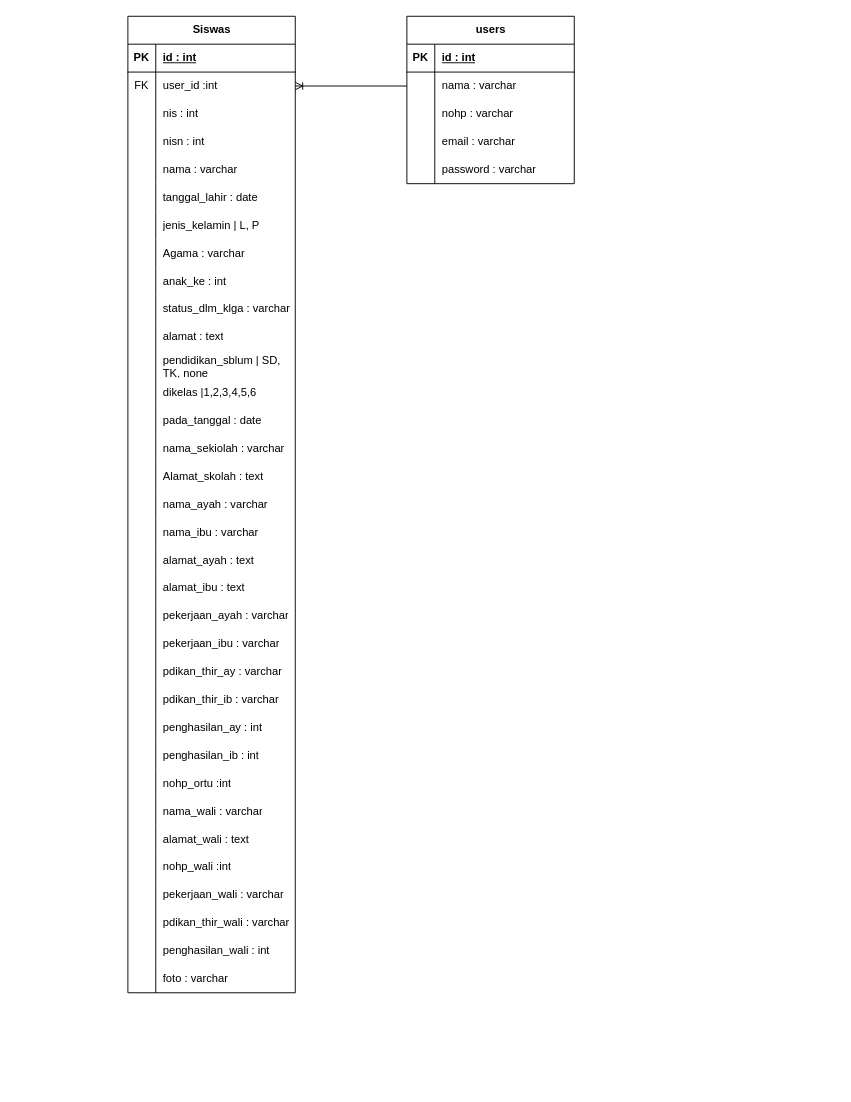
Before: database.drawio in XxGembelxX/Rancangan_KP, a draw.io diagram. Source tidied: cells renumbered, new cells numbered last; positions are measured from the earlier drawing's top-left corner, leaving out a move shared by most shapes. Both pictures are drawn from the tidied source at 93%, with x=0, y=0 at pixel (127, 16).
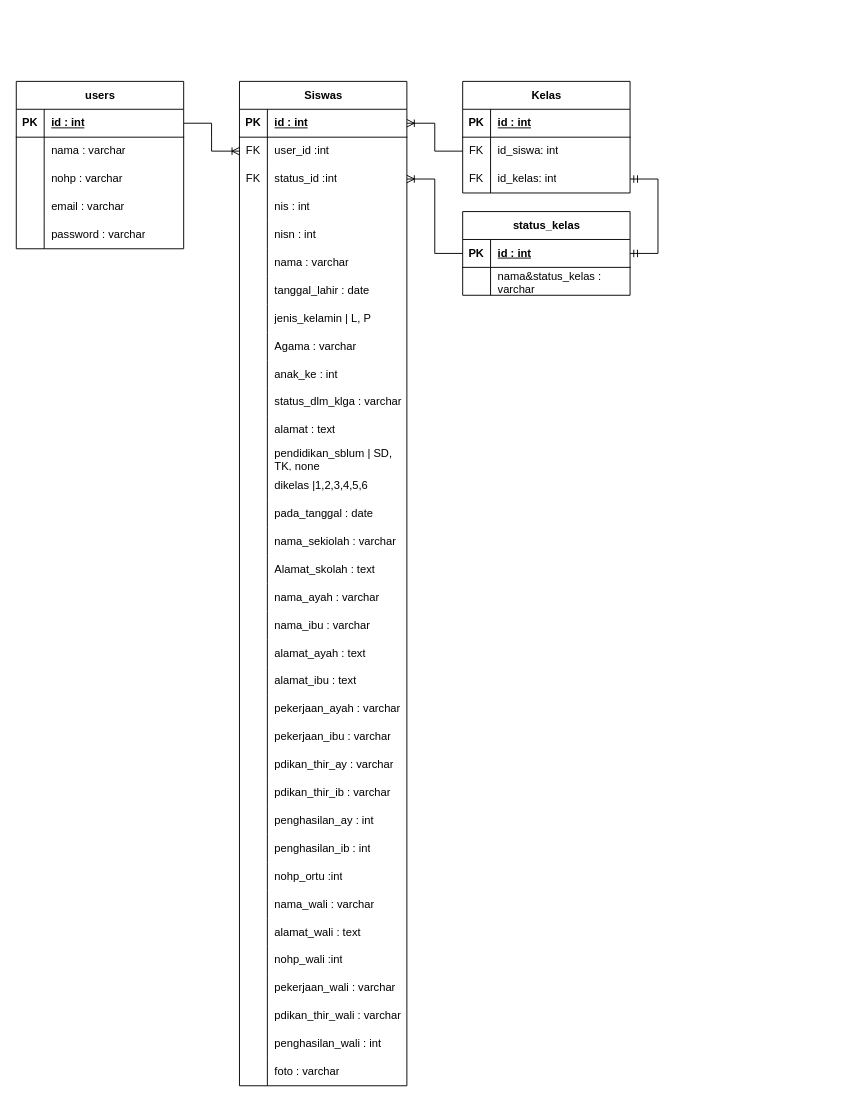
After the change.

Unchanged cells that the change refers to:
```xml
<mxCell id="3" style="shape=tableRow;horizontal=0;startSize=0;swimlaneHead=0;swimlaneBody=0;fillColor=none;points=[[0,0.5],[1,0.5]];portConstraint=eastwest;top=0;left=0;right=0;bottom=1;rounded=0;labelBackgroundColor=none;" parent="2" vertex="1">
  <mxGeometry y="30" width="180" height="30" as="geometry" />
</mxCell>
<mxCell id="6" style="shape=tableRow;horizontal=0;startSize=0;swimlaneHead=0;swimlaneBody=0;fillColor=none;points=[[0,0.5],[1,0.5]];portConstraint=eastwest;top=0;left=0;right=0;bottom=0;rounded=0;labelBackgroundColor=none;" parent="2" vertex="1">
  <mxGeometry y="60" width="180" height="30" as="geometry" />
</mxCell>
<mxCell id="19" style="shape=tableRow;horizontal=0;startSize=0;swimlaneHead=0;swimlaneBody=0;fillColor=none;points=[[0,0.5],[1,0.5]];portConstraint=eastwest;top=0;left=0;right=0;bottom=1;rounded=0;labelBackgroundColor=none;" parent="18" vertex="1">
  <mxGeometry y="30" width="180" height="30" as="geometry" />
</mxCell>
<mxCell id="22" style="shape=tableRow;horizontal=0;startSize=0;swimlaneHead=0;swimlaneBody=0;fillColor=none;points=[[0,0.5],[1,0.5]];portConstraint=eastwest;top=0;left=0;right=0;bottom=0;rounded=0;labelBackgroundColor=none;" parent="18" vertex="1">
  <mxGeometry y="60" width="180" height="30" as="geometry" />
</mxCell>
```

Change to the diagram source:
```diff
@@
     <mxCell id="2" value="users" style="shape=table;startSize=30;childLayout=tableLayout;rowLines=0;fontStyle=1;align=center;html=1;rounded=0;labelBackgroundColor=none;" parent="1" vertex="1">
-      <mxGeometry x="300" width="180" height="180" as="geometry" />
+      <mxGeometry x="-120" y="70" width="180" height="180" as="geometry" />
     </mxCell>
@@
     <mxCell id="18" value="Siswas" style="shape=table;startSize=30;childLayout=tableLayout;rowLines=0;fontStyle=1;align=center;html=1;rounded=0;labelBackgroundColor=none;" parent="1" vertex="1">
-      <mxGeometry width="180" height="1050" as="geometry" />
+      <mxGeometry x="120" y="70" width="180" height="1080" as="geometry" />
     </mxCell>
@@
+    <mxCell id="123" style="shape=tableRow;horizontal=0;startSize=0;swimlaneHead=0;swimlaneBody=0;fillColor=none;points=[[0,0.5],[1,0.5]];portConstraint=eastwest;top=0;left=0;right=0;bottom=0;rounded=0;labelBackgroundColor=none;" parent="18" vertex="1">
+      <mxGeometry y="90" width="180" height="30" as="geometry" />
+    </mxCell>
+    <mxCell id="124" value="FK" style="shape=partialRectangle;fillColor=none;top=0;left=0;bottom=0;right=0;overflow=hidden;whiteSpace=wrap;html=1;rounded=0;labelBackgroundColor=none;" parent="123" vertex="1">
+      <mxGeometry width="30" height="30" as="geometry" />
+    </mxCell>
+    <mxCell id="125" value="status_id :int" style="shape=partialRectangle;fillColor=none;top=0;left=0;bottom=0;right=0;align=left;spacingLeft=6;overflow=hidden;whiteSpace=wrap;html=1;rounded=0;labelBackgroundColor=none;" parent="123" vertex="1">
+      <mxGeometry x="30" width="150" height="30" as="geometry" />
+    </mxCell>
     <mxCell id="25" style="shape=tableRow;horizontal=0;startSize=0;swimlaneHead=0;swimlaneBody=0;fillColor=none;top=0;left=0;right=0;bottom=0;rounded=0;labelBackgroundColor=none;" parent="18" vertex="1">
-      <mxGeometry y="90" width="180" height="30" as="geometry" />
+      <mxGeometry y="120" width="180" height="30" as="geometry" />
     </mxCell>
@@
     <mxCell id="28" style="shape=tableRow;horizontal=0;startSize=0;swimlaneHead=0;swimlaneBody=0;fillColor=none;top=0;left=0;right=0;bottom=0;rounded=0;labelBackgroundColor=none;" parent="18" vertex="1">
-      <mxGeometry y="120" width="180" height="30" as="geometry" />
+      <mxGeometry y="150" width="180" height="30" as="geometry" />
     </mxCell>
@@
     <mxCell id="31" style="shape=tableRow;horizontal=0;startSize=0;swimlaneHead=0;swimlaneBody=0;fillColor=none;top=0;left=0;right=0;bottom=0;rounded=0;labelBackgroundColor=none;" parent="18" vertex="1">
-      <mxGeometry y="150" width="180" height="30" as="geometry" />
+      <mxGeometry y="180" width="180" height="30" as="geometry" />
     </mxCell>
@@
     <mxCell id="34" style="shape=tableRow;horizontal=0;startSize=0;swimlaneHead=0;swimlaneBody=0;fillColor=none;top=0;left=0;right=0;bottom=0;rounded=0;labelBackgroundColor=none;" parent="18" vertex="1">
-      <mxGeometry y="180" width="180" height="30" as="geometry" />
+      <mxGeometry y="210" width="180" height="30" as="geometry" />
     </mxCell>
@@
     <mxCell id="37" style="shape=tableRow;horizontal=0;startSize=0;swimlaneHead=0;swimlaneBody=0;fillColor=none;top=0;left=0;right=0;bottom=0;rounded=0;labelBackgroundColor=none;" parent="18" vertex="1">
-      <mxGeometry y="210" width="180" height="30" as="geometry" />
+      <mxGeometry y="240" width="180" height="30" as="geometry" />
     </mxCell>
@@
     <mxCell id="40" style="shape=tableRow;horizontal=0;startSize=0;swimlaneHead=0;swimlaneBody=0;fillColor=none;top=0;left=0;right=0;bottom=0;rounded=0;labelBackgroundColor=none;" parent="18" vertex="1">
-      <mxGeometry y="240" width="180" height="30" as="geometry" />
+      <mxGeometry y="270" width="180" height="30" as="geometry" />
     </mxCell>
@@
     <mxCell id="43" style="shape=tableRow;horizontal=0;startSize=0;swimlaneHead=0;swimlaneBody=0;fillColor=none;top=0;left=0;right=0;bottom=0;rounded=0;labelBackgroundColor=none;" parent="18" vertex="1">
-      <mxGeometry y="270" width="180" height="30" as="geometry" />
+      <mxGeometry y="300" width="180" height="30" as="geometry" />
     </mxCell>
@@
     <mxCell id="46" style="shape=tableRow;horizontal=0;startSize=0;swimlaneHead=0;swimlaneBody=0;fillColor=none;top=0;left=0;right=0;bottom=0;rounded=0;labelBackgroundColor=none;" parent="18" vertex="1">
-      <mxGeometry y="300" width="180" height="30" as="geometry" />
+      <mxGeometry y="330" width="180" height="30" as="geometry" />
     </mxCell>
@@
     <mxCell id="49" style="shape=tableRow;horizontal=0;startSize=0;swimlaneHead=0;swimlaneBody=0;fillColor=none;top=0;left=0;right=0;bottom=0;rounded=0;labelBackgroundColor=none;" parent="18" vertex="1">
-      <mxGeometry y="330" width="180" height="30" as="geometry" />
+      <mxGeometry y="360" width="180" height="30" as="geometry" />
     </mxCell>
@@
     <mxCell id="52" style="shape=tableRow;horizontal=0;startSize=0;swimlaneHead=0;swimlaneBody=0;fillColor=none;top=0;left=0;right=0;bottom=0;rounded=0;labelBackgroundColor=none;" parent="18" vertex="1">
-      <mxGeometry y="360" width="180" height="30" as="geometry" />
+      <mxGeometry y="390" width="180" height="30" as="geometry" />
     </mxCell>
@@
     <mxCell id="55" style="shape=tableRow;horizontal=0;startSize=0;swimlaneHead=0;swimlaneBody=0;fillColor=none;top=0;left=0;right=0;bottom=0;rounded=0;labelBackgroundColor=none;" parent="18" vertex="1">
-      <mxGeometry y="390" width="180" height="30" as="geometry" />
+      <mxGeometry y="420" width="180" height="30" as="geometry" />
     </mxCell>
@@
     <mxCell id="58" style="shape=tableRow;horizontal=0;startSize=0;swimlaneHead=0;swimlaneBody=0;fillColor=none;top=0;left=0;right=0;bottom=0;rounded=0;labelBackgroundColor=none;" parent="18" vertex="1">
-      <mxGeometry y="420" width="180" height="30" as="geometry" />
+      <mxGeometry y="450" width="180" height="30" as="geometry" />
     </mxCell>
@@
     <mxCell id="61" style="shape=tableRow;horizontal=0;startSize=0;swimlaneHead=0;swimlaneBody=0;fillColor=none;top=0;left=0;right=0;bottom=0;rounded=0;labelBackgroundColor=none;" parent="18" vertex="1">
-      <mxGeometry y="450" width="180" height="30" as="geometry" />
+      <mxGeometry y="480" width="180" height="30" as="geometry" />
     </mxCell>
@@
     <mxCell id="64" style="shape=tableRow;horizontal=0;startSize=0;swimlaneHead=0;swimlaneBody=0;fillColor=none;top=0;left=0;right=0;bottom=0;rounded=0;labelBackgroundColor=none;" parent="18" vertex="1">
-      <mxGeometry y="480" width="180" height="30" as="geometry" />
+      <mxGeometry y="510" width="180" height="30" as="geometry" />
     </mxCell>
@@
     <mxCell id="67" style="shape=tableRow;horizontal=0;startSize=0;swimlaneHead=0;swimlaneBody=0;fillColor=none;top=0;left=0;right=0;bottom=0;rounded=0;labelBackgroundColor=none;" parent="18" vertex="1">
-      <mxGeometry y="510" width="180" height="30" as="geometry" />
+      <mxGeometry y="540" width="180" height="30" as="geometry" />
     </mxCell>
@@
     <mxCell id="70" style="shape=tableRow;horizontal=0;startSize=0;swimlaneHead=0;swimlaneBody=0;fillColor=none;top=0;left=0;right=0;bottom=0;rounded=0;labelBackgroundColor=none;" parent="18" vertex="1">
-      <mxGeometry y="540" width="180" height="30" as="geometry" />
+      <mxGeometry y="570" width="180" height="30" as="geometry" />
     </mxCell>
@@
     <mxCell id="73" style="shape=tableRow;horizontal=0;startSize=0;swimlaneHead=0;swimlaneBody=0;fillColor=none;top=0;left=0;right=0;bottom=0;rounded=0;labelBackgroundColor=none;" parent="18" vertex="1">
-      <mxGeometry y="570" width="180" height="30" as="geometry" />
+      <mxGeometry y="600" width="180" height="30" as="geometry" />
     </mxCell>
@@
     <mxCell id="76" style="shape=tableRow;horizontal=0;startSize=0;swimlaneHead=0;swimlaneBody=0;fillColor=none;top=0;left=0;right=0;bottom=0;rounded=0;labelBackgroundColor=none;" parent="18" vertex="1">
-      <mxGeometry y="600" width="180" height="30" as="geometry" />
+      <mxGeometry y="630" width="180" height="30" as="geometry" />
     </mxCell>
@@
     <mxCell id="79" style="shape=tableRow;horizontal=0;startSize=0;swimlaneHead=0;swimlaneBody=0;fillColor=none;top=0;left=0;right=0;bottom=0;rounded=0;labelBackgroundColor=none;" parent="18" vertex="1">
-      <mxGeometry y="630" width="180" height="30" as="geometry" />
+      <mxGeometry y="660" width="180" height="30" as="geometry" />
     </mxCell>
@@
     <mxCell id="82" style="shape=tableRow;horizontal=0;startSize=0;swimlaneHead=0;swimlaneBody=0;fillColor=none;top=0;left=0;right=0;bottom=0;rounded=0;labelBackgroundColor=none;" parent="18" vertex="1">
-      <mxGeometry y="660" width="180" height="30" as="geometry" />
+      <mxGeometry y="690" width="180" height="30" as="geometry" />
     </mxCell>
@@
     <mxCell id="85" style="shape=tableRow;horizontal=0;startSize=0;swimlaneHead=0;swimlaneBody=0;fillColor=none;top=0;left=0;right=0;bottom=0;rounded=0;labelBackgroundColor=none;" parent="18" vertex="1">
-      <mxGeometry y="690" width="180" height="30" as="geometry" />
+      <mxGeometry y="720" width="180" height="30" as="geometry" />
     </mxCell>
@@
     <mxCell id="88" style="shape=tableRow;horizontal=0;startSize=0;swimlaneHead=0;swimlaneBody=0;fillColor=none;top=0;left=0;right=0;bottom=0;rounded=0;labelBackgroundColor=none;" parent="18" vertex="1">
-      <mxGeometry y="720" width="180" height="30" as="geometry" />
+      <mxGeometry y="750" width="180" height="30" as="geometry" />
     </mxCell>
@@
     <mxCell id="91" style="shape=tableRow;horizontal=0;startSize=0;swimlaneHead=0;swimlaneBody=0;fillColor=none;top=0;left=0;right=0;bottom=0;rounded=0;labelBackgroundColor=none;" parent="18" vertex="1">
-      <mxGeometry y="750" width="180" height="30" as="geometry" />
+      <mxGeometry y="780" width="180" height="30" as="geometry" />
     </mxCell>
@@
     <mxCell id="94" style="shape=tableRow;horizontal=0;startSize=0;swimlaneHead=0;swimlaneBody=0;fillColor=none;top=0;left=0;right=0;bottom=0;rounded=0;labelBackgroundColor=none;" parent="18" vertex="1">
-      <mxGeometry y="780" width="180" height="30" as="geometry" />
+      <mxGeometry y="810" width="180" height="30" as="geometry" />
     </mxCell>
@@
     <mxCell id="97" style="shape=tableRow;horizontal=0;startSize=0;swimlaneHead=0;swimlaneBody=0;fillColor=none;top=0;left=0;right=0;bottom=0;rounded=0;labelBackgroundColor=none;" parent="18" vertex="1">
-      <mxGeometry y="810" width="180" height="30" as="geometry" />
+      <mxGeometry y="840" width="180" height="30" as="geometry" />
     </mxCell>
@@
     <mxCell id="100" style="shape=tableRow;horizontal=0;startSize=0;swimlaneHead=0;swimlaneBody=0;fillColor=none;top=0;left=0;right=0;bottom=0;rounded=0;labelBackgroundColor=none;" parent="18" vertex="1">
-      <mxGeometry y="840" width="180" height="30" as="geometry" />
+      <mxGeometry y="870" width="180" height="30" as="geometry" />
     </mxCell>
@@
     <mxCell id="103" style="shape=tableRow;horizontal=0;startSize=0;swimlaneHead=0;swimlaneBody=0;fillColor=none;top=0;left=0;right=0;bottom=0;rounded=0;labelBackgroundColor=none;" parent="18" vertex="1">
-      <mxGeometry y="870" width="180" height="30" as="geometry" />
+      <mxGeometry y="900" width="180" height="30" as="geometry" />
     </mxCell>
@@
     <mxCell id="106" style="shape=tableRow;horizontal=0;startSize=0;swimlaneHead=0;swimlaneBody=0;fillColor=none;top=0;left=0;right=0;bottom=0;rounded=0;labelBackgroundColor=none;" parent="18" vertex="1">
-      <mxGeometry y="900" width="180" height="30" as="geometry" />
+      <mxGeometry y="930" width="180" height="30" as="geometry" />
     </mxCell>
@@
     <mxCell id="109" style="shape=tableRow;horizontal=0;startSize=0;swimlaneHead=0;swimlaneBody=0;fillColor=none;top=0;left=0;right=0;bottom=0;rounded=0;labelBackgroundColor=none;" parent="18" vertex="1">
-      <mxGeometry y="930" width="180" height="30" as="geometry" />
+      <mxGeometry y="960" width="180" height="30" as="geometry" />
     </mxCell>
@@
     <mxCell id="112" style="shape=tableRow;horizontal=0;startSize=0;swimlaneHead=0;swimlaneBody=0;fillColor=none;top=0;left=0;right=0;bottom=0;rounded=0;labelBackgroundColor=none;" parent="18" vertex="1">
-      <mxGeometry y="960" width="180" height="30" as="geometry" />
+      <mxGeometry y="990" width="180" height="30" as="geometry" />
     </mxCell>
@@
     <mxCell id="115" style="shape=tableRow;horizontal=0;startSize=0;swimlaneHead=0;swimlaneBody=0;fillColor=none;top=0;left=0;right=0;bottom=0;rounded=0;labelBackgroundColor=none;" parent="18" vertex="1">
-      <mxGeometry y="990" width="180" height="30" as="geometry" />
+      <mxGeometry y="1020" width="180" height="30" as="geometry" />
     </mxCell>
@@
     <mxCell id="118" style="shape=tableRow;horizontal=0;startSize=0;swimlaneHead=0;swimlaneBody=0;fillColor=none;top=0;left=0;right=0;bottom=0;rounded=0;labelBackgroundColor=none;" parent="18" vertex="1">
-      <mxGeometry y="1020" width="180" height="30" as="geometry" />
+      <mxGeometry y="1050" width="180" height="30" as="geometry" />
     </mxCell>
@@
-    <mxCell id="121" style="edgeStyle=entityRelationEdgeStyle;fontSize=12;html=1;endArrow=ERoneToMany;rounded=0;labelBackgroundColor=none;fontColor=default;entryX=1;entryY=0.5;entryDx=0;entryDy=0;exitX=0;exitY=0.5;exitDx=0;exitDy=0;" parent="1" edge="1" source="6" target="22">
+    <mxCell id="121" style="edgeStyle=entityRelationEdgeStyle;fontSize=12;html=1;endArrow=ERoneToMany;rounded=0;labelBackgroundColor=none;fontColor=default;entryX=0;entryY=0.5;entryDx=0;entryDy=0;exitX=1;exitY=0.5;exitDx=0;exitDy=0;" parent="1" edge="1" source="3" target="22">
       <mxGeometry relative="1" as="geometry" />
     </mxCell>
@@
+    <mxCell id="126" value="status_kelas" style="shape=table;startSize=30;childLayout=tableLayout;rowLines=0;fontStyle=1;align=center;html=1;rounded=0;labelBackgroundColor=none;" parent="1" vertex="1">
+      <mxGeometry x="360" y="210" width="180" height="90" as="geometry" />
+    </mxCell>
+    <mxCell id="127" style="shape=tableRow;horizontal=0;startSize=0;swimlaneHead=0;swimlaneBody=0;fillColor=none;points=[[0,0.5],[1,0.5]];portConstraint=eastwest;top=0;left=0;right=0;bottom=1;rounded=0;labelBackgroundColor=none;" parent="126" vertex="1">
+      <mxGeometry y="30" width="180" height="30" as="geometry" />
+    </mxCell>
+    <mxCell id="128" value="PK" style="shape=partialRectangle;fillColor=none;top=0;left=0;bottom=0;right=0;fontStyle=1;overflow=hidden;whiteSpace=wrap;html=1;rounded=0;labelBackgroundColor=none;" parent="127" vertex="1">
+      <mxGeometry width="30" height="30" as="geometry" />
+    </mxCell>
+    <mxCell id="129" value="id : int" style="shape=partialRectangle;fillColor=none;top=0;left=0;bottom=0;right=0;align=left;spacingLeft=6;fontStyle=5;overflow=hidden;whiteSpace=wrap;html=1;rounded=0;labelBackgroundColor=none;" parent="127" vertex="1">
+      <mxGeometry x="30" width="150" height="30" as="geometry" />
+    </mxCell>
+    <mxCell id="130" style="shape=tableRow;horizontal=0;startSize=0;swimlaneHead=0;swimlaneBody=0;fillColor=none;top=0;left=0;right=0;bottom=0;rounded=0;labelBackgroundColor=none;" parent="126" vertex="1">
+      <mxGeometry y="60" width="180" height="30" as="geometry" />
+    </mxCell>
+    <mxCell id="131" style="shape=partialRectangle;fillColor=none;top=0;left=0;bottom=0;right=0;overflow=hidden;whiteSpace=wrap;html=1;rounded=0;labelBackgroundColor=none;" parent="130" vertex="1">
+      <mxGeometry width="30" height="30" as="geometry" />
+    </mxCell>
+    <mxCell id="132" value="nama&amp;amp;status_kelas : varchar" style="shape=partialRectangle;fillColor=none;top=0;left=0;bottom=0;right=0;align=left;spacingLeft=6;overflow=hidden;whiteSpace=wrap;html=1;rounded=0;labelBackgroundColor=none;" parent="130" vertex="1">
+      <mxGeometry x="30" width="150" height="30" as="geometry" />
+    </mxCell>
+    <mxCell id="133" value="Kelas" style="shape=table;startSize=30;childLayout=tableLayout;rowLines=0;fontStyle=1;align=center;html=1;rounded=0;labelBackgroundColor=none;" parent="1" vertex="1">
+      <mxGeometry x="360" y="70" width="180" height="120" as="geometry" />
+    </mxCell>
+    <mxCell id="134" style="shape=tableRow;horizontal=0;startSize=0;swimlaneHead=0;swimlaneBody=0;fillColor=none;top=0;left=0;right=0;bottom=1;rounded=0;labelBackgroundColor=none;" parent="133" vertex="1">
+      <mxGeometry y="30" width="180" height="30" as="geometry" />
+    </mxCell>
+    <mxCell id="135" value="PK" style="shape=partialRectangle;fillColor=none;top=0;left=0;bottom=0;right=0;fontStyle=1;overflow=hidden;whiteSpace=wrap;html=1;rounded=0;labelBackgroundColor=none;" parent="134" vertex="1">
+      <mxGeometry width="30" height="30" as="geometry" />
+    </mxCell>
+    <mxCell id="136" value="id : int" style="shape=partialRectangle;fillColor=none;top=0;left=0;bottom=0;right=0;align=left;spacingLeft=6;fontStyle=5;overflow=hidden;whiteSpace=wrap;html=1;rounded=0;labelBackgroundColor=none;" parent="134" vertex="1">
+      <mxGeometry x="30" width="150" height="30" as="geometry" />
+    </mxCell>
+    <mxCell id="137" style="shape=tableRow;horizontal=0;startSize=0;swimlaneHead=0;swimlaneBody=0;fillColor=none;points=[[0,0.5],[1,0.5]];portConstraint=eastwest;top=0;left=0;right=0;bottom=0;rounded=0;labelBackgroundColor=none;" parent="133" vertex="1">
+      <mxGeometry y="60" width="180" height="30" as="geometry" />
+    </mxCell>
+    <mxCell id="138" value="FK" style="shape=partialRectangle;fillColor=none;top=0;left=0;bottom=0;right=0;overflow=hidden;whiteSpace=wrap;html=1;rounded=0;labelBackgroundColor=none;" parent="137" vertex="1">
+      <mxGeometry width="30" height="30" as="geometry" />
+    </mxCell>
+    <mxCell id="139" value="id_siswa: int" style="shape=partialRectangle;fillColor=none;top=0;left=0;bottom=0;right=0;align=left;spacingLeft=6;overflow=hidden;whiteSpace=wrap;html=1;rounded=0;labelBackgroundColor=none;" parent="137" vertex="1">
+      <mxGeometry x="30" width="150" height="30" as="geometry" />
+    </mxCell>
+    <mxCell id="140" style="shape=tableRow;horizontal=0;startSize=0;swimlaneHead=0;swimlaneBody=0;fillColor=none;points=[[0,0.5],[1,0.5]];portConstraint=eastwest;top=0;left=0;right=0;bottom=0;rounded=0;labelBackgroundColor=none;" parent="133" vertex="1">
+      <mxGeometry y="90" width="180" height="30" as="geometry" />
+    </mxCell>
+    <mxCell id="141" value="FK" style="shape=partialRectangle;fillColor=none;top=0;left=0;bottom=0;right=0;overflow=hidden;whiteSpace=wrap;html=1;rounded=0;labelBackgroundColor=none;" parent="140" vertex="1">
+      <mxGeometry width="30" height="30" as="geometry" />
+    </mxCell>
+    <mxCell id="142" value="id_kelas: int" style="shape=partialRectangle;fillColor=none;top=0;left=0;bottom=0;right=0;align=left;spacingLeft=6;overflow=hidden;whiteSpace=wrap;html=1;rounded=0;labelBackgroundColor=none;" parent="140" vertex="1">
+      <mxGeometry x="30" width="150" height="30" as="geometry" />
+    </mxCell>
+    <mxCell id="143" style="edgeStyle=entityRelationEdgeStyle;fontSize=12;html=1;endArrow=ERoneToMany;rounded=0;labelBackgroundColor=none;fontColor=default;exitX=0;exitY=0.5;exitDx=0;exitDy=0;" parent="1" edge="1" source="127" target="123">
+      <mxGeometry relative="1" as="geometry">
+        <Array as="points">
+          <mxPoint x="310" y="230" />
+          <mxPoint x="210" y="190" />
+        </Array>
+      </mxGeometry>
+    </mxCell>
+    <mxCell id="144" style="edgeStyle=entityRelationEdgeStyle;fontSize=12;html=1;endArrow=ERmandOne;startArrow=ERmandOne;rounded=0;exitX=1;exitY=0.5;exitDx=0;exitDy=0;" parent="1" edge="1" source="127" target="140">
+      <mxGeometry relative="1" as="geometry" />
+    </mxCell>
+    <mxCell id="145" style="edgeStyle=entityRelationEdgeStyle;fontSize=12;html=1;endArrow=ERoneToMany;rounded=0;labelBackgroundColor=none;fontColor=default;exitX=0;exitY=0.5;exitDx=0;exitDy=0;" parent="1" edge="1" source="137" target="19">
+      <mxGeometry relative="1" as="geometry">
+        <Array as="points">
+          <mxPoint x="320" y="240" />
+          <mxPoint x="220" y="200" />
+        </Array>
+      </mxGeometry>
+    </mxCell>
```
